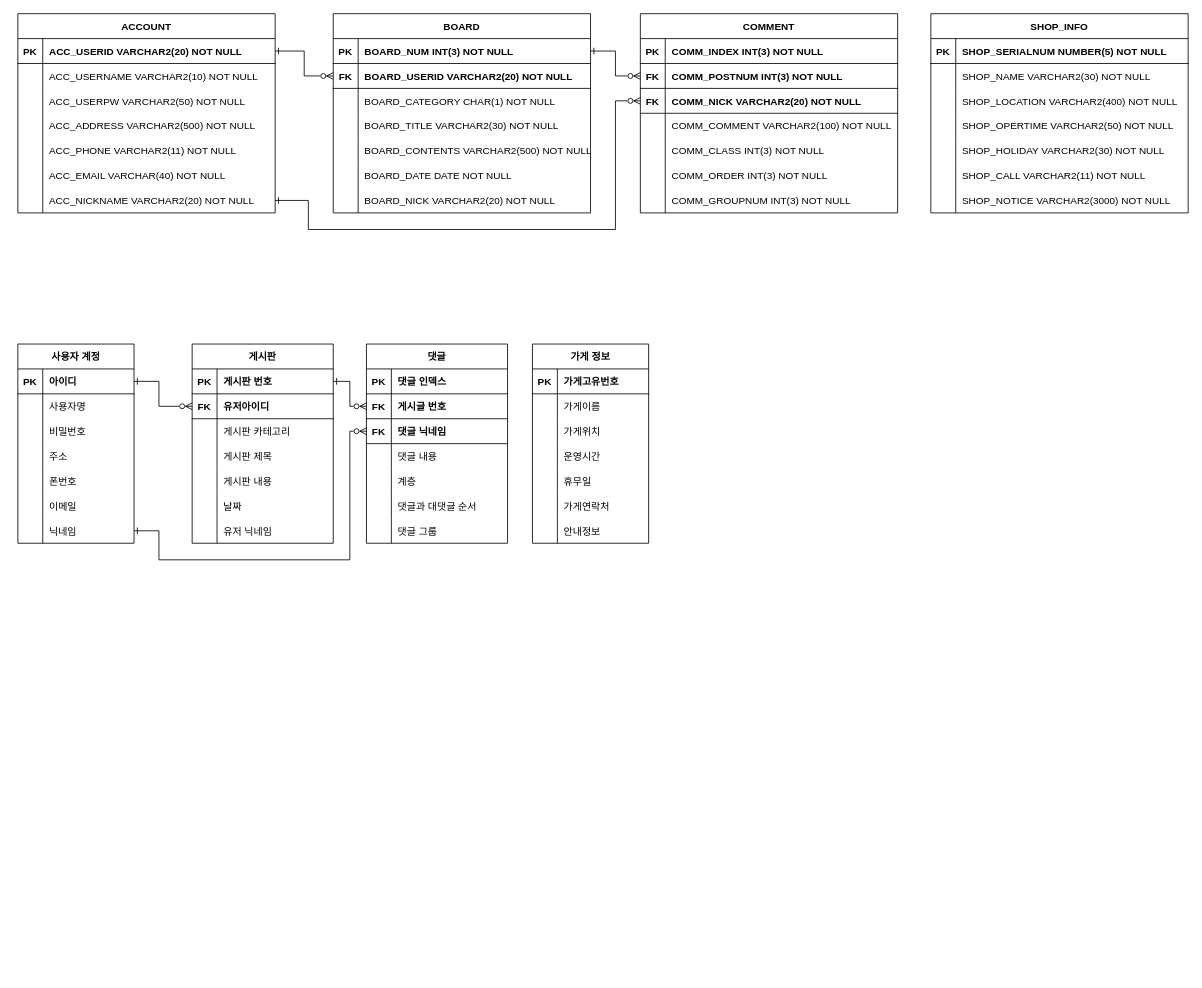
Before: page "ENGLISH" (1 of 2) of ERD_capstone.drawio in jgy2808/TERM_Project, a draw.io diagram. Source tidied: cells renumbered, new cells numbered last; positions are measured from the earlier drawing's top-left corner, leaving out a move shared by most shapes. Both pictures are drawn from the tidied source at 83%, with x=0, y=0 at pixel (17, 13).
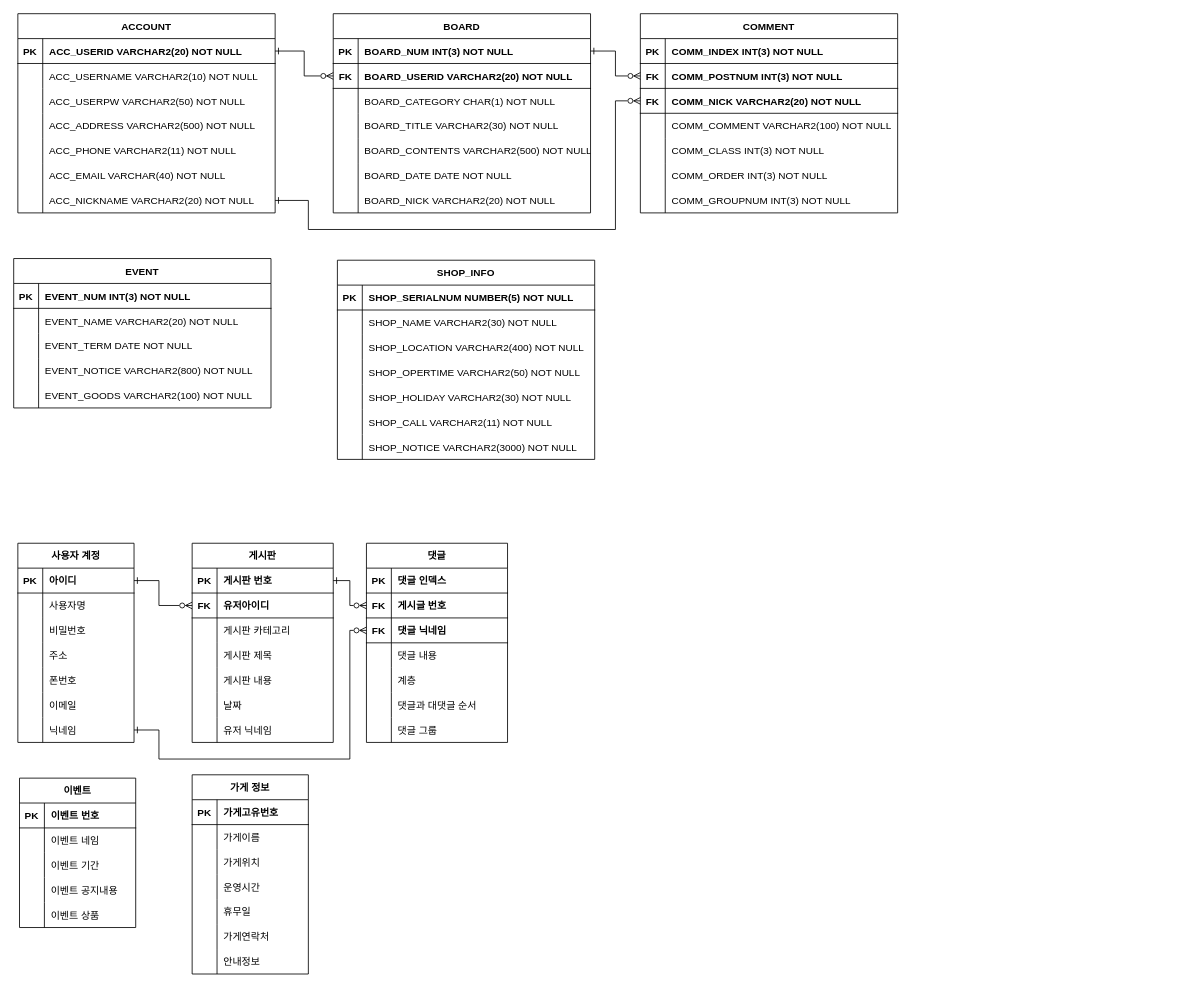
After the change.

The change refers to these unchanged cells:
```xml
<mxCell id="93" style="shape=partialRectangle;fillColor=none;points=[[0,0.5],[1,0.5]];portConstraint=eastwest;top=0;left=0;right=0;bottom=1;" parent="92" vertex="1">
  <mxGeometry y="30" width="140" height="30" as="geometry" />
</mxCell>
<mxCell id="111" style="shape=partialRectangle;fillColor=none;points=[[0,0.5],[1,0.5]];portConstraint=eastwest;top=0;left=0;right=0;bottom=0;" parent="92" vertex="1">
  <mxGeometry y="210" width="140" height="30" as="geometry" />
</mxCell>
<mxCell id="118" style="shape=partialRectangle;fillColor=none;points=[[0,0.5],[1,0.5]];portConstraint=eastwest;top=0;left=0;right=0;bottom=1;" parent="114" vertex="1">
  <mxGeometry y="60" width="170" height="30" as="geometry" />
</mxCell>
<mxCell id="166" style="shape=partialRectangle;fillColor=none;points=[[0,0.5],[1,0.5]];portConstraint=eastwest;top=0;left=0;right=0;bottom=1;" parent="159" vertex="1">
  <mxGeometry y="90" width="170" height="30" as="geometry" />
</mxCell>
```

Change to the diagram source:
```diff
@@
     <mxCell id="46" value="SHOP_INFO" style="shape=table;startSize=30;childLayout=tableLayout;rowLines=0;fontStyle=1;align=center;" parent="1" vertex="1">
-      <mxGeometry x="1100" width="310" height="240" as="geometry" />
+      <mxGeometry x="385" y="297" width="310" height="240" as="geometry" />
     </mxCell>
@@
     <mxCell id="92" value="사용자 계정" style="shape=table;startSize=30;childLayout=tableLayout;rowLines=0;fontStyle=1;align=center;" parent="1" vertex="1">
-      <mxGeometry y="398" width="140" height="240" as="geometry" />
+      <mxGeometry y="638" width="140" height="240" as="geometry" />
     </mxCell>
@@
     <mxCell id="114" value="게시판" style="shape=table;startSize=30;childLayout=tableLayout;rowLines=0;fontStyle=1;align=center;" parent="1" vertex="1">
-      <mxGeometry x="210" y="398" width="170" height="240" as="geometry" />
+      <mxGeometry x="210" y="638" width="170" height="240" as="geometry" />
     </mxCell>
@@
     <mxCell id="136" value="가게 정보" style="shape=table;startSize=30;childLayout=tableLayout;rowLines=0;fontStyle=1;align=center;" parent="1" vertex="1">
-      <mxGeometry x="620" y="398" width="140" height="240" as="geometry" />
+      <mxGeometry x="210" y="917" width="140" height="240" as="geometry" />
     </mxCell>
@@
     <mxCell id="158" style="edgeStyle=orthogonalEdgeStyle;rounded=0;jettySize=auto;html=1;exitX=1;exitY=0.5;exitDx=0;exitDy=0;entryX=0;entryY=0.5;entryDx=0;entryDy=0;endArrow=ERzeroToMany;endFill=0;startArrow=ERone;startFill=0;" parent="1" edge="1" source="93" target="118">
       <mxGeometry relative="1" as="geometry">
         <Array as="points">
-          <mxPoint x="170" y="443" />
-          <mxPoint x="170" y="473" />
+          <mxPoint x="170" y="683" />
+          <mxPoint x="170" y="713" />
         </Array>
       </mxGeometry>
     </mxCell>
     <mxCell id="159" value="댓글" style="shape=table;startSize=30;childLayout=tableLayout;rowLines=0;fontStyle=1;align=center;" parent="1" vertex="1">
-      <mxGeometry x="420" y="398" width="170" height="240" as="geometry" />
+      <mxGeometry x="420" y="638" width="170" height="240" as="geometry" />
     </mxCell>
@@
     <mxCell id="181" style="edgeStyle=orthogonalEdgeStyle;rounded=0;jettySize=auto;html=1;exitX=1;exitY=0.5;exitDx=0;exitDy=0;endArrow=ERzeroToMany;endFill=0;startArrow=ERone;startFill=0;entryX=0;entryY=0.5;entryDx=0;entryDy=0;" parent="1" edge="1" source="111" target="166">
       <mxGeometry relative="1" as="geometry">
         <Array as="points">
-          <mxPoint x="170" y="623" />
-          <mxPoint x="170" y="658" />
-          <mxPoint x="400" y="658" />
-          <mxPoint x="400" y="503" />
+          <mxPoint x="170" y="863" />
+          <mxPoint x="170" y="898" />
+          <mxPoint x="400" y="898" />
+          <mxPoint x="400" y="743" />
         </Array>
       </mxGeometry>
     </mxCell>
@@
+    <mxCell id="184" value="EVENT" style="shape=table;startSize=30;childLayout=tableLayout;rowLines=0;fontStyle=1;align=center;" parent="1" vertex="1">
+      <mxGeometry x="-5" y="295" width="310" height="180" as="geometry" />
+    </mxCell>
+    <mxCell id="185" style="shape=partialRectangle;fillColor=none;top=0;left=0;right=0;bottom=1;" parent="184" vertex="1">
+      <mxGeometry y="30" width="310" height="30" as="geometry" />
+    </mxCell>
+    <mxCell id="186" value="PK" style="shape=partialRectangle;overflow=hidden;fillColor=none;top=0;left=0;bottom=0;right=0;fontStyle=1;" parent="185" vertex="1">
+      <mxGeometry width="30" height="30" as="geometry" />
+    </mxCell>
+    <mxCell id="187" value="EVENT_NUM INT(3) NOT NULL" style="shape=partialRectangle;overflow=hidden;fillColor=none;top=0;left=0;bottom=0;right=0;align=left;spacingLeft=6;fontStyle=1;" parent="185" vertex="1">
+      <mxGeometry x="30" width="280" height="30" as="geometry" />
+    </mxCell>
+    <mxCell id="188" style="shape=partialRectangle;fillColor=none;top=0;left=0;right=0;bottom=0;" parent="184" vertex="1">
+      <mxGeometry y="60" width="310" height="30" as="geometry" />
+    </mxCell>
+    <mxCell id="189" style="shape=partialRectangle;overflow=hidden;fillColor=none;top=0;left=0;bottom=0;right=0;" parent="188" vertex="1">
+      <mxGeometry width="30" height="30" as="geometry" />
+    </mxCell>
+    <mxCell id="190" value="EVENT_NAME VARCHAR2(20) NOT NULL" style="shape=partialRectangle;overflow=hidden;fillColor=none;top=0;left=0;bottom=0;right=0;align=left;spacingLeft=6;" parent="188" vertex="1">
+      <mxGeometry x="30" width="280" height="30" as="geometry" />
+    </mxCell>
+    <mxCell id="191" style="shape=partialRectangle;fillColor=none;top=0;left=0;right=0;bottom=0;" parent="184" vertex="1">
+      <mxGeometry y="90" width="310" height="30" as="geometry" />
+    </mxCell>
+    <mxCell id="192" style="shape=partialRectangle;overflow=hidden;fillColor=none;top=0;left=0;bottom=0;right=0;" parent="191" vertex="1">
+      <mxGeometry width="30" height="30" as="geometry" />
+    </mxCell>
+    <mxCell id="193" value="EVENT_TERM DATE NOT NULL" style="shape=partialRectangle;overflow=hidden;fillColor=none;top=0;left=0;bottom=0;right=0;align=left;spacingLeft=6;" parent="191" vertex="1">
+      <mxGeometry x="30" width="280" height="30" as="geometry" />
+    </mxCell>
+    <mxCell id="194" style="shape=partialRectangle;fillColor=none;top=0;left=0;right=0;bottom=0;" parent="184" vertex="1">
+      <mxGeometry y="120" width="310" height="30" as="geometry" />
+    </mxCell>
+    <mxCell id="195" style="shape=partialRectangle;overflow=hidden;fillColor=none;top=0;left=0;bottom=0;right=0;" parent="194" vertex="1">
+      <mxGeometry width="30" height="30" as="geometry" />
+    </mxCell>
+    <mxCell id="196" value="EVENT_NOTICE VARCHAR2(800) NOT NULL" style="shape=partialRectangle;overflow=hidden;fillColor=none;top=0;left=0;bottom=0;right=0;align=left;spacingLeft=6;" parent="194" vertex="1">
+      <mxGeometry x="30" width="280" height="30" as="geometry" />
+    </mxCell>
+    <mxCell id="197" style="shape=partialRectangle;fillColor=none;top=0;left=0;right=0;bottom=0;" parent="184" vertex="1">
+      <mxGeometry y="150" width="310" height="30" as="geometry" />
+    </mxCell>
+    <mxCell id="198" style="shape=partialRectangle;overflow=hidden;fillColor=none;top=0;left=0;bottom=0;right=0;" parent="197" vertex="1">
+      <mxGeometry width="30" height="30" as="geometry" />
+    </mxCell>
+    <mxCell id="199" value="EVENT_GOODS VARCHAR2(100) NOT NULL" style="shape=partialRectangle;overflow=hidden;fillColor=none;top=0;left=0;bottom=0;right=0;align=left;spacingLeft=6;" parent="197" vertex="1">
+      <mxGeometry x="30" width="280" height="30" as="geometry" />
+    </mxCell>
+    <mxCell id="200" value="이벤트" style="shape=table;startSize=30;childLayout=tableLayout;rowLines=0;fontStyle=1;align=center;" parent="1" vertex="1">
+      <mxGeometry x="2" y="921" width="140" height="180" as="geometry" />
+    </mxCell>
+    <mxCell id="201" style="shape=partialRectangle;fillColor=none;top=0;left=0;right=0;bottom=1;" parent="200" vertex="1">
+      <mxGeometry y="30" width="140" height="30" as="geometry" />
+    </mxCell>
+    <mxCell id="202" value="PK" style="shape=partialRectangle;overflow=hidden;fillColor=none;top=0;left=0;bottom=0;right=0;fontStyle=1;" parent="201" vertex="1">
+      <mxGeometry width="30" height="30" as="geometry" />
+    </mxCell>
+    <mxCell id="203" value="이벤트 번호" style="shape=partialRectangle;overflow=hidden;fillColor=none;top=0;left=0;bottom=0;right=0;align=left;spacingLeft=6;fontStyle=1;" parent="201" vertex="1">
+      <mxGeometry x="30" width="110" height="30" as="geometry" />
+    </mxCell>
+    <mxCell id="204" style="shape=partialRectangle;fillColor=none;top=0;left=0;right=0;bottom=0;" parent="200" vertex="1">
+      <mxGeometry y="60" width="140" height="30" as="geometry" />
+    </mxCell>
+    <mxCell id="205" style="shape=partialRectangle;overflow=hidden;fillColor=none;top=0;left=0;bottom=0;right=0;" parent="204" vertex="1">
+      <mxGeometry width="30" height="30" as="geometry" />
+    </mxCell>
+    <mxCell id="206" value="이벤트 네임" style="shape=partialRectangle;overflow=hidden;fillColor=none;top=0;left=0;bottom=0;right=0;align=left;spacingLeft=6;" parent="204" vertex="1">
+      <mxGeometry x="30" width="110" height="30" as="geometry" />
+    </mxCell>
+    <mxCell id="207" style="shape=partialRectangle;fillColor=none;top=0;left=0;right=0;bottom=0;" parent="200" vertex="1">
+      <mxGeometry y="90" width="140" height="30" as="geometry" />
+    </mxCell>
+    <mxCell id="208" style="shape=partialRectangle;overflow=hidden;fillColor=none;top=0;left=0;bottom=0;right=0;" parent="207" vertex="1">
+      <mxGeometry width="30" height="30" as="geometry" />
+    </mxCell>
+    <mxCell id="209" value="이벤트 기간" style="shape=partialRectangle;overflow=hidden;fillColor=none;top=0;left=0;bottom=0;right=0;align=left;spacingLeft=6;" parent="207" vertex="1">
+      <mxGeometry x="30" width="110" height="30" as="geometry" />
+    </mxCell>
+    <mxCell id="210" style="shape=partialRectangle;fillColor=none;top=0;left=0;right=0;bottom=0;" parent="200" vertex="1">
+      <mxGeometry y="120" width="140" height="30" as="geometry" />
+    </mxCell>
+    <mxCell id="211" style="shape=partialRectangle;overflow=hidden;fillColor=none;top=0;left=0;bottom=0;right=0;" parent="210" vertex="1">
+      <mxGeometry width="30" height="30" as="geometry" />
+    </mxCell>
+    <mxCell id="212" value="이벤트 공지내용" style="shape=partialRectangle;overflow=hidden;fillColor=none;top=0;left=0;bottom=0;right=0;align=left;spacingLeft=6;" parent="210" vertex="1">
+      <mxGeometry x="30" width="110" height="30" as="geometry" />
+    </mxCell>
+    <mxCell id="213" style="shape=partialRectangle;fillColor=none;top=0;left=0;right=0;bottom=0;" parent="200" vertex="1">
+      <mxGeometry y="150" width="140" height="30" as="geometry" />
+    </mxCell>
+    <mxCell id="214" style="shape=partialRectangle;overflow=hidden;fillColor=none;top=0;left=0;bottom=0;right=0;" parent="213" vertex="1">
+      <mxGeometry width="30" height="30" as="geometry" />
+    </mxCell>
+    <mxCell id="215" value="이벤트 상품" style="shape=partialRectangle;overflow=hidden;fillColor=none;top=0;left=0;bottom=0;right=0;align=left;spacingLeft=6;" parent="213" vertex="1">
+      <mxGeometry x="30" width="110" height="30" as="geometry" />
+    </mxCell>
```
